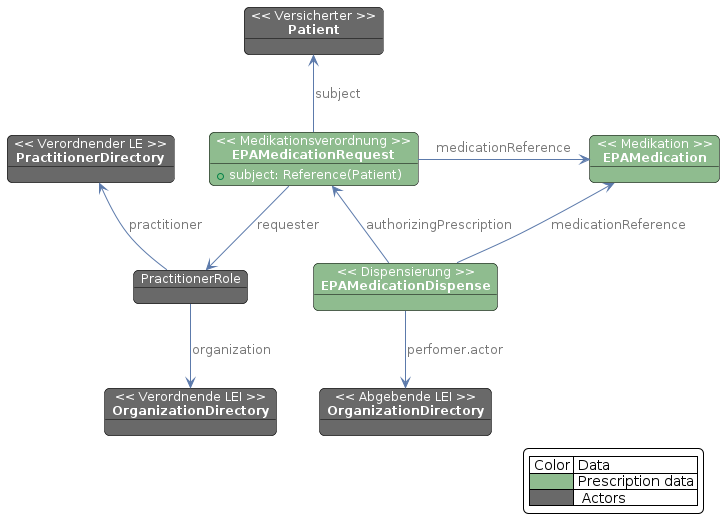
Above: images/plantuml/medication.fhir.model.png in gematik/ePA-Medication (PlantUML), before the change.
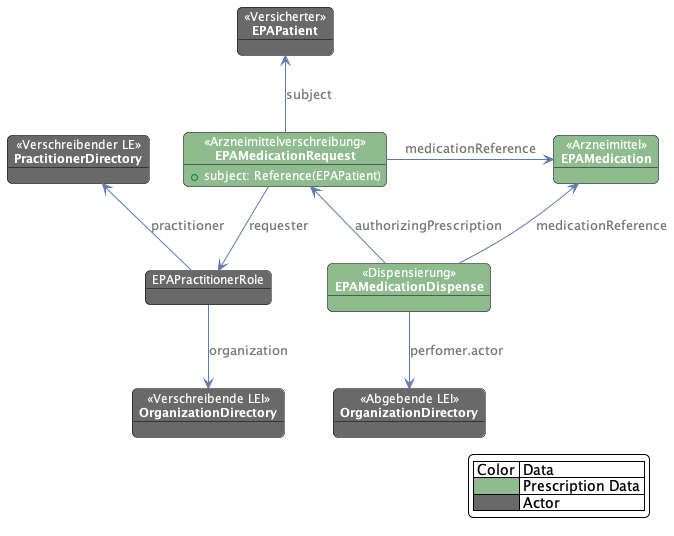
Later version of the same file.

Change to the diagram source:
```diff
@@ -12,14 +12,14 @@
 }
 skinparam LegendBackgroundColor White
 
-object "<< Versicherter >>\n**Patient**" as Patient
-object "<< Verordnender LE >>\n**PractitionerDirectory**" as PrescribingPractitioner
-object "<< Verordnende LEI >>\n**OrganizationDirectory**" as PrescribingOrganization
+object "<< Versicherter >>\n**EPAPatient**" as Patient
+object "<< Verschreibender LE >>\n**PractitionerDirectory**" as PrescribingPractitioner
+object "<< Verschreibende LEI >>\n**OrganizationDirectory**" as PrescribingOrganization
 object "<< Abgebende LEI >>\n**OrganizationDirectory**" as DispenserOrganization
-object "PractitionerRole" as PractionerRole
-object "<< Medikation >>\n**EPAMedication**" as Medication #DarkSeaGreen
-object "<< Medikationsverordnung >>\n**EPAMedicationRequest**" as MedicationRequest #DarkSeaGreen  {
-    + subject: Reference(Patient)
+object "EPAPractitionerRole" as PractionerRole
+object "<< Arzneimittel >>\n**EPAMedication**" as Medication #DarkSeaGreen
+object "<< Arzneimittelverschreibung >>\n**EPAMedicationRequest**" as MedicationRequest #DarkSeaGreen  {
+    + subject: Reference(EPAPatient)
 }
 object "<< Dispensierung >>\n**EPAMedicationDispense**" as MedicationDispense #DarkSeaGreen
 
@@ -38,7 +38,7 @@
 
 legend right
     | Color | Data |
-    |<#DarkSeaGreen>| Prescription data |
-    |<#DimGrey>|  Actors |
+    |<#DarkSeaGreen>| Prescription Data |
+    |<#DimGrey>| Actor |
 endlegend
 @enduml
```
